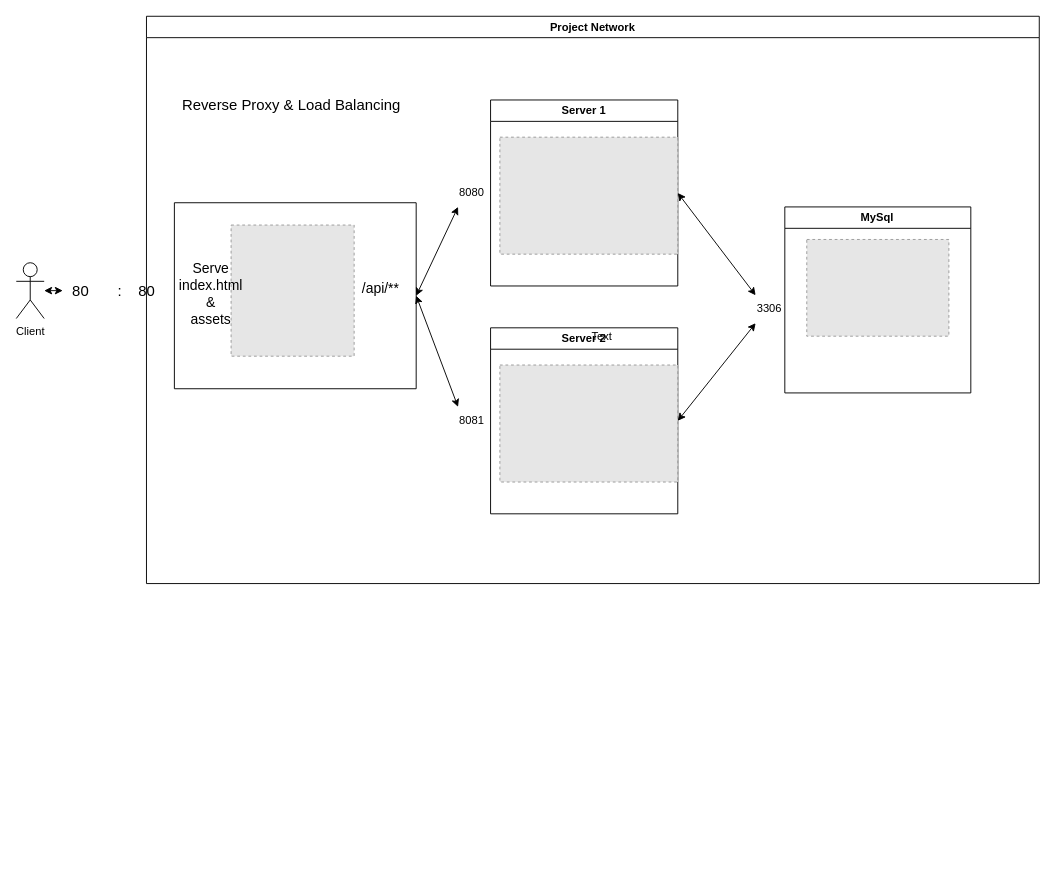
Earlier version of the draw.io diagram nginx.drawio (jeonghyeon00/cloud-native-blog-frontend). Source tidied: cells renumbered, new cells numbered last; positions are measured from the earlier drawing's top-left corner, leaving out a move shared by most shapes. Both pictures are drawn from the tidied source at 93%, with x=0, y=0 at pixel (16, 16). Pictures stored in the file or linked from it are replaced by grey dashed boxes.
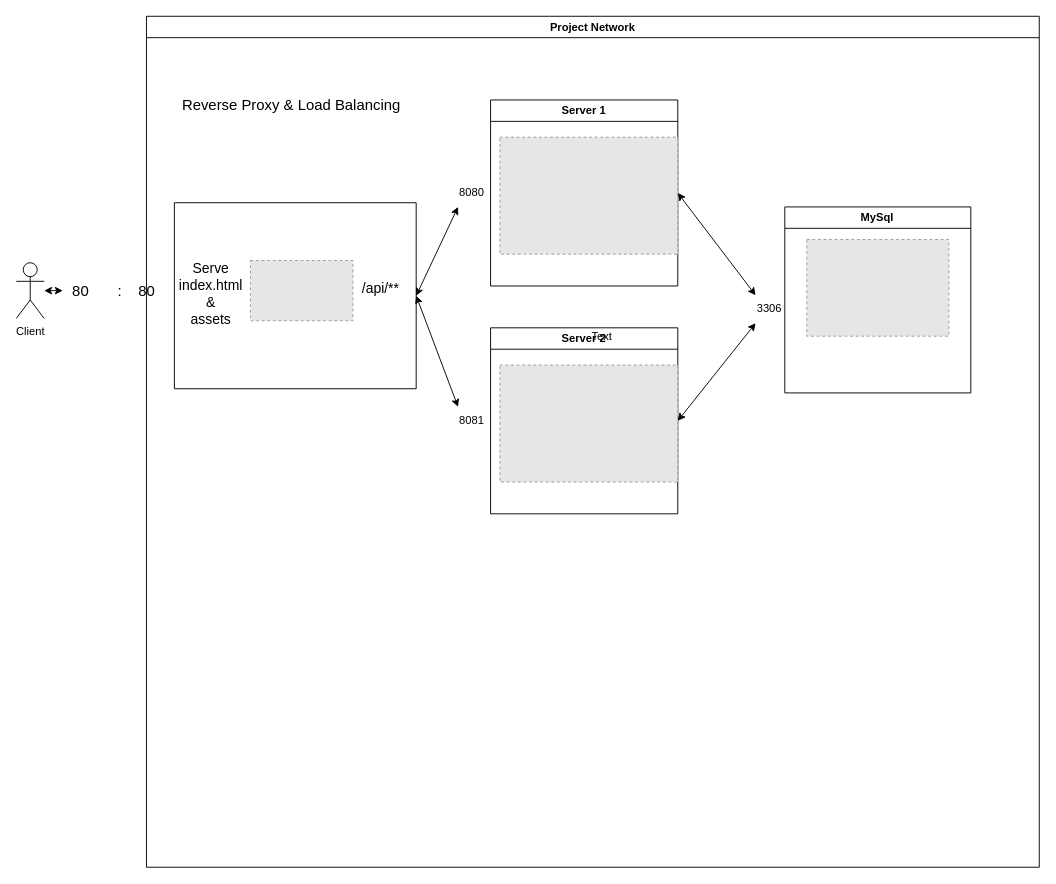
After the change.

Unchanged cells that the change refers to:
```xml
<mxCell id="3" style="swimlane;startSize=0;" parent="2" vertex="1">
  <mxGeometry x="30" y="200.5" width="260" height="200" as="geometry" />
</mxCell>
```

Change to the diagram source:
```diff
@@
     <mxCell id="2" value="Project Network" style="swimlane;whiteSpace=wrap;html=1;" parent="1" vertex="1">
-      <mxGeometry x="140" width="960" height="610" as="geometry" />
+      <mxGeometry x="140" width="960" height="915" as="geometry" />
     </mxCell>
@@
-    <mxCell id="6" style="fillColor=#E6E6E6;strokeColor=#999999;dashed=1;verticalLabelPosition=bottom;labelBackgroundColor=default;verticalAlign=top;" parent="3" vertex="1">
-      <mxGeometry x="61" y="24" width="132.3" height="141" as="geometry" />
-    </mxCell>
@@
+    <mxCell id="25" style="fillColor=#E6E6E6;strokeColor=#999999;dashed=1;verticalLabelPosition=bottom;labelBackgroundColor=default;verticalAlign=top;" parent="3" vertex="1">
+      <mxGeometry x="81.8" y="62.1" width="110.2" height="64.8" as="geometry" />
+    </mxCell>
```
